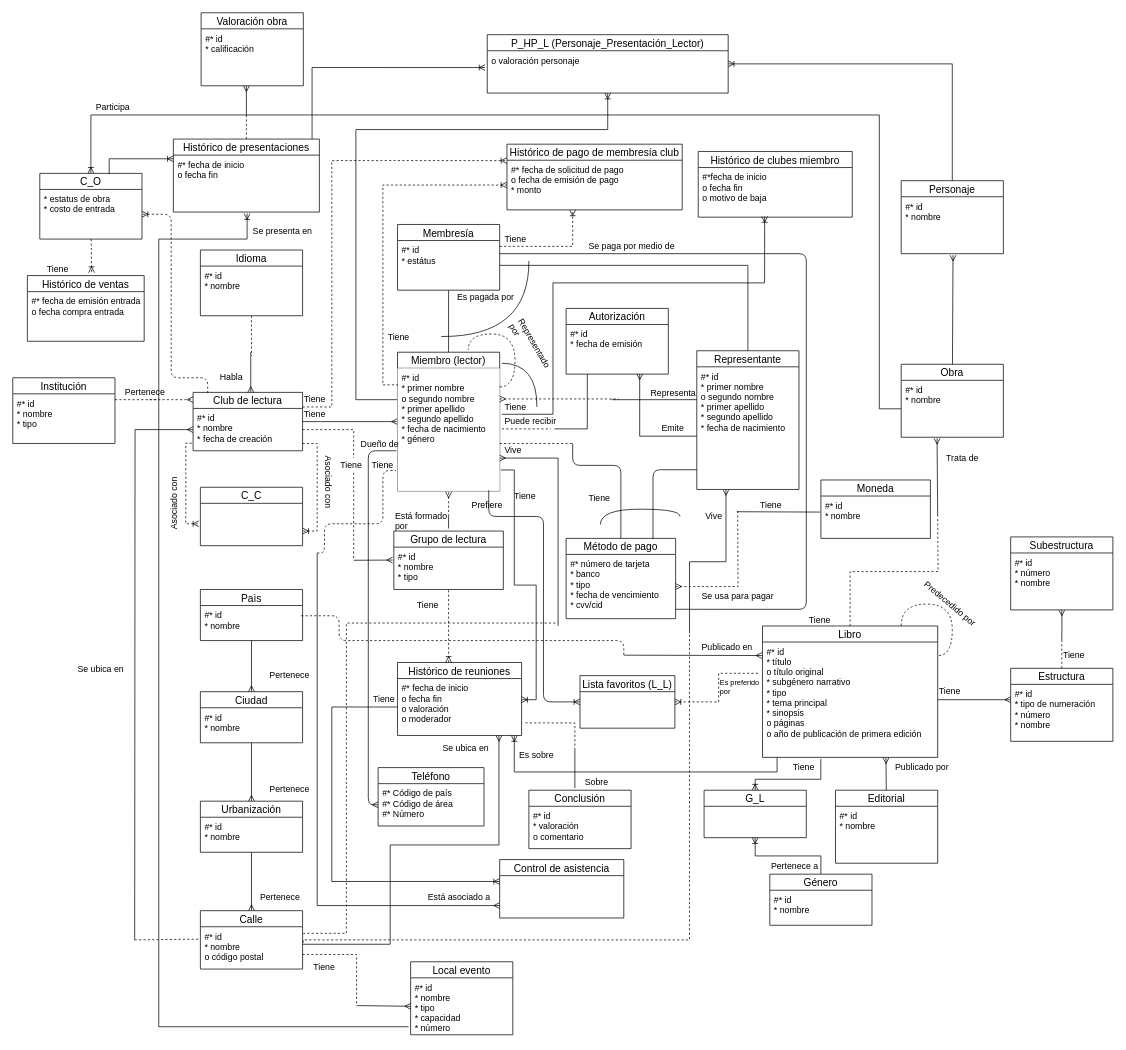
Before: DB I/Hopefully this will be the last ER.drawio in NeutronBlast/IS-Ex, a draw.io diagram. Source tidied: cells renumbered, new cells numbered last; positions are measured from the earlier drawing's top-left corner, leaving out a move shared by most shapes. Both pictures are drawn from the tidied source at 73%, with x=0, y=0 at pixel (12, 12).
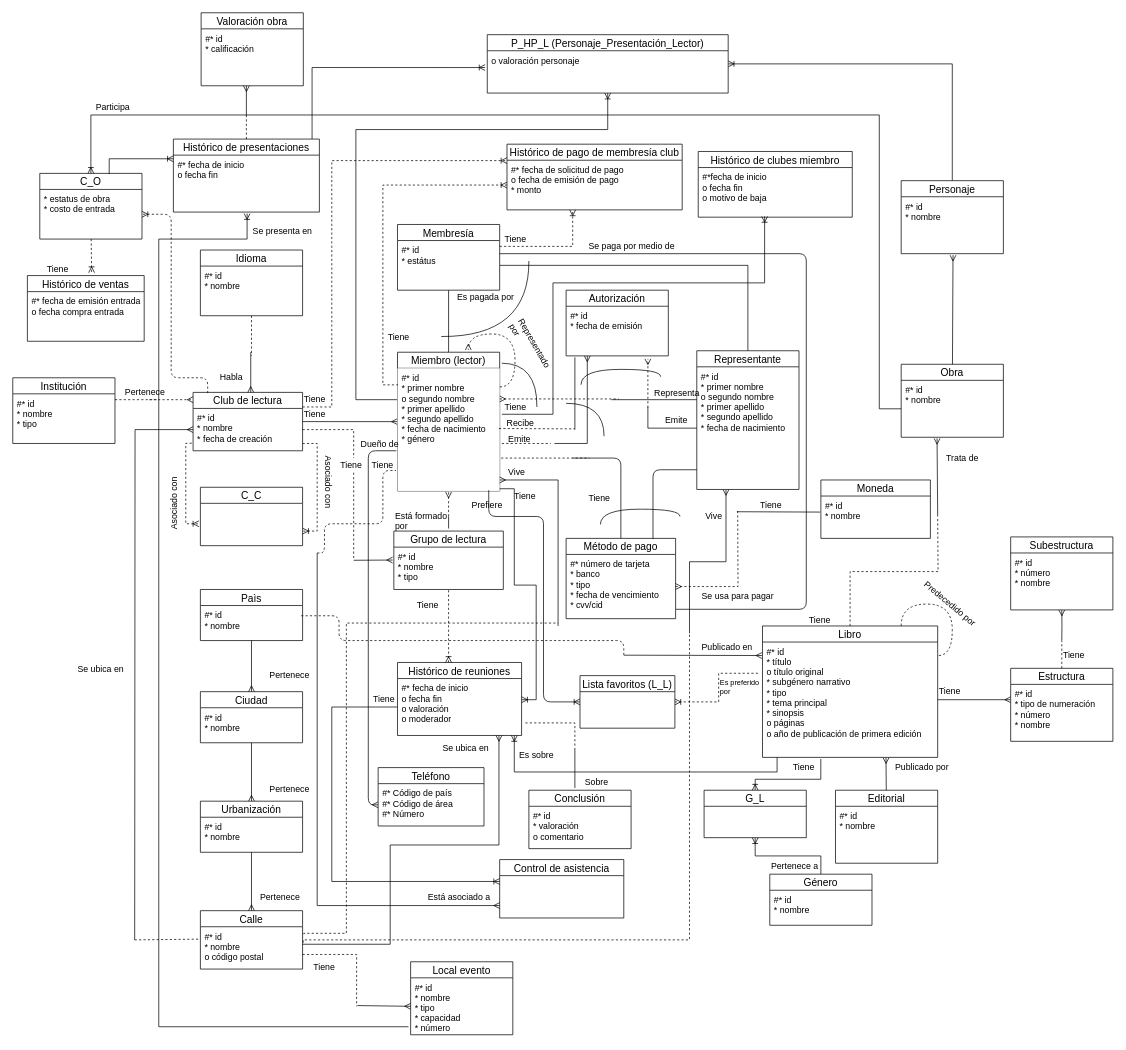
The same page after the edit.

The change refers to these unchanged cells:
```xml
<mxCell id="18" value="Miembro (lector)" style="swimlane;fontStyle=0;horizontal=1;startSize=22;fillColor=none;swimlaneFillColor=#ffffff;align=center;fontSize=14;" parent="1" vertex="1">
  <mxGeometry x="527" y="465" width="140" height="190" as="geometry" />
</mxCell>
<mxCell id="19" value="#* id&#10;* primer nombre&#10;o segundo nombre&#10;* primer apellido&#10;* segundo apellido&#10;* fecha de nacimiento&#10;* género&#10;" style="text;strokeColor=none;fillColor=#ffffff;spacingLeft=4;spacingRight=4;overflow=hidden;points=[[0,0.5],[1,0.5]];portConstraint=eastwest;fontSize=12;" parent="18" vertex="1">
  <mxGeometry y="22" width="140" height="168" as="geometry" />
</mxCell>
<mxCell id="40" value="#* id&#10;* primer nombre&#10;o segundo nombre&#10;* primer apellido&#10;* segundo apellido&#10;* fecha de nacimiento&#10;" style="text;strokeColor=none;fillColor=none;spacingLeft=4;spacingRight=4;overflow=hidden;points=[[0,0.5],[1,0.5]];portConstraint=eastwest;fontSize=12;" parent="39" vertex="1">
  <mxGeometry y="22" width="140" height="168" as="geometry" />
</mxCell>
<mxCell id="42" value="#* id&#10;* fecha de emisión&#10;" style="text;strokeColor=none;fillColor=none;spacingLeft=4;spacingRight=4;overflow=hidden;points=[[0,0.5],[1,0.5]];portConstraint=eastwest;fontSize=12;" parent="41" vertex="1">
  <mxGeometry y="22" width="140" height="68" as="geometry" />
</mxCell>
<mxCell id="75" value="Método de pago" style="swimlane;fontStyle=0;horizontal=1;startSize=22;fillColor=none;swimlaneFillColor=#ffffff;align=center;fontSize=14;" parent="1" vertex="1">
  <mxGeometry x="758" y="720" width="150" height="110" as="geometry" />
</mxCell>
<mxCell id="88" value="#* fecha de inicio&#10;o fecha fin&#10;o valoración&#10;o moderador&#10;" style="text;strokeColor=none;fillColor=none;spacingLeft=4;spacingRight=4;overflow=hidden;points=[[0,0.5],[1,0.5]];portConstraint=eastwest;fontSize=12;" parent="87" vertex="1">
  <mxGeometry y="22" width="170" height="78" as="geometry" />
</mxCell>
```

The edit, as a diff of the source:
```diff
@@
     <mxCell id="41" value="Autorización" style="swimlane;fontStyle=0;horizontal=1;startSize=22;fillColor=none;swimlaneFillColor=#ffffff;align=center;fontSize=14;" parent="1" vertex="1">
-      <mxGeometry x="758" y="405" width="140" height="90" as="geometry" />
+      <mxGeometry x="758" y="380" width="140" height="90" as="geometry" />
     </mxCell>
@@
     <mxCell id="43" style="edgeStyle=orthogonalEdgeStyle;rounded=0;jettySize=auto;html=1;startArrow=ERmany;startFill=0;endArrow=none;endFill=0;strokeColor=#000000;" parent="1" edge="1" source="19">
       <mxGeometry relative="1" as="geometry">
         <mxPoint x="747" y="840" as="targetPoint" />
         <Array as="points">
-          <mxPoint x="747" y="610" />
-          <mxPoint x="747" y="840" />
+          <mxPoint x="747" y="640" />
         </Array>
       </mxGeometry>
     </mxCell>
@@
     <mxCell id="56" value="Vive" style="text;html=1;align=left;verticalAlign=top;spacingTop=-4;" parent="1" vertex="1">
-      <mxGeometry x="672" y="590" width="40" height="20" as="geometry" />
+      <mxGeometry x="677" y="620" width="40" height="20" as="geometry" />
     </mxCell>
@@
     <mxCell id="62" style="endArrow=none;dashed=1;html=1;strokeColor=#000000;" parent="1" edge="1">
       <mxGeometry relative="1" as="geometry">
-        <mxPoint x="670" y="570" as="sourcePoint" />
-        <mxPoint x="737" y="570" as="targetPoint" />
+        <mxPoint x="670" y="590" as="sourcePoint" />
+        <mxPoint x="737" y="590" as="targetPoint" />
       </mxGeometry>
     </mxCell>
-    <mxCell id="63" style="edgeStyle=orthogonalEdgeStyle;rounded=0;jettySize=auto;html=1;startArrow=none;startFill=0;endArrow=ERmany;endFill=0;strokeColor=#000000;entryX=0.72;entryY=0.995;entryDx=0;entryDy=0;entryPerimeter=0;" parent="1" edge="1" source="40" target="42">
-      <mxGeometry relative="1" as="geometry">
-        <Array as="points">
-          <mxPoint x="859" y="580" />
-        </Array>
-      </mxGeometry>
-    </mxCell>
-    <mxCell id="64" value="Puede recibir" style="text;html=1;align=left;verticalAlign=top;spacingTop=-4;" parent="1" vertex="1">
-      <mxGeometry x="672" y="550" width="90" height="20" as="geometry" />
-    </mxCell>
-    <mxCell id="65" value="Emite" style="text;html=1;align=left;verticalAlign=top;spacingTop=-4;" parent="1" vertex="1">
-      <mxGeometry x="887" y="560" width="50" height="20" as="geometry" />
-    </mxCell>
@@
     <mxCell id="76" style="endArrow=none;html=1;strokeColor=#000000;edgeStyle=orthogonalEdgeStyle;" parent="75" edge="1" source="75">
       <mxGeometry relative="1" as="geometry">
-        <mxPoint x="9" y="-130" as="targetPoint" />
+        <mxPoint x="9" y="-110" as="targetPoint" />
         <Array as="points">
-          <mxPoint x="75" y="-100" />
-          <mxPoint x="9" y="-100" />
+          <mxPoint x="75" y="-110" />
         </Array>
       </mxGeometry>
     </mxCell>
@@
-    <mxCell id="79" style="endArrow=none;html=1;dashed=1;strokeColor=#000000;exitX=1;exitY=0.613;exitDx=0;exitDy=0;exitPerimeter=0;" parent="1" edge="1" source="19">
+    <mxCell id="79" style="endArrow=none;html=1;dashed=1;strokeColor=#000000;" parent="1" edge="1">
       <mxGeometry relative="1" as="geometry">
-        <mxPoint x="767" y="590" as="targetPoint" />
+        <mxPoint x="669" y="610" as="sourcePoint" />
+        <mxPoint x="790" y="610" as="targetPoint" />
       </mxGeometry>
     </mxCell>
@@
-    <mxCell id="90" style="edgeStyle=orthogonalEdgeStyle;rounded=0;jettySize=auto;html=1;startArrow=ERoneToMany;startFill=0;endArrow=none;endFill=0;strokeColor=#000000;entryX=1.012;entryY=0.829;entryDx=0;entryDy=0;entryPerimeter=0;" parent="1" edge="1" source="88" target="19">
+    <mxCell id="90" style="edgeStyle=orthogonalEdgeStyle;rounded=0;jettySize=auto;html=1;startArrow=ERoneToMany;startFill=0;endArrow=none;endFill=0;strokeColor=#000000;entryX=1;entryY=0.982;entryDx=0;entryDy=0;entryPerimeter=0;" parent="1" edge="1" source="88" target="19">
       <mxGeometry relative="1" as="geometry">
         <Array as="points">
           <mxPoint x="717" y="941" />
           <mxPoint x="717" y="784" />
           <mxPoint x="687" y="784" />
-          <mxPoint x="687" y="626" />
+          <mxPoint x="687" y="652" />
         </Array>
       </mxGeometry>
     </mxCell>
@@
-    <mxCell id="172" style="endArrow=none;html=1;edgeStyle=orthogonalEdgeStyle;rounded=0;" parent="1" edge="1" target="42">
+    <mxCell id="172" style="endArrow=ERmany;html=1;edgeStyle=orthogonalEdgeStyle;rounded=0;endFill=0;" parent="1" edge="1" target="42">
       <mxGeometry relative="1" as="geometry">
-        <mxPoint x="742" y="570" as="sourcePoint" />
+        <mxPoint x="742" y="590" as="sourcePoint" />
         <Array as="points">
-          <mxPoint x="742" y="570" />
-          <mxPoint x="787" y="570" />
+          <mxPoint x="742" y="590" />
+          <mxPoint x="787" y="590" />
         </Array>
       </mxGeometry>
     </mxCell>
@@
-    <mxCell id="193" style="endArrow=none;html=1;edgeStyle=orthogonalEdgeStyle;curved=1;entryX=0.693;entryY=-0.016;entryDx=0;entryDy=0;entryPerimeter=0;exitX=1;exitY=0.25;exitDx=0;exitDy=0;dashed=1;" parent="1" edge="1" source="18" target="18">
+    <mxCell id="193" style="endArrow=ERmany;html=1;edgeStyle=orthogonalEdgeStyle;curved=1;entryX=0.693;entryY=-0.016;entryDx=0;entryDy=0;entryPerimeter=0;exitX=1;exitY=0.25;exitDx=0;exitDy=0;dashed=1;endFill=0;" parent="1" edge="1" source="18" target="18">
       <mxGeometry relative="1" as="geometry">
         <Array as="points">
           <mxPoint x="688" y="513" />
           <mxPoint x="688" y="440" />
           <mxPoint x="624" y="440" />
         </Array>
       </mxGeometry>
     </mxCell>
@@
     <mxCell id="198" value="Representa" style="text;html=1;align=left;verticalAlign=top;spacingTop=-4;" parent="1" vertex="1">
-      <mxGeometry x="872" y="511.5" width="80" height="20" as="geometry" />
+      <mxGeometry x="877" y="511.5" width="80" height="20" as="geometry" />
     </mxCell>
+    <mxCell id="199" style="edgeStyle=orthogonalEdgeStyle;rounded=0;jettySize=auto;html=1;endArrow=none;endFill=0;" parent="1" edge="1" source="40">
+      <mxGeometry relative="1" as="geometry">
+        <mxPoint x="870" y="540" as="targetPoint" />
+        <Array as="points">
+          <mxPoint x="870" y="569" />
+          <mxPoint x="870" y="540" />
+        </Array>
+      </mxGeometry>
+    </mxCell>
+    <mxCell id="200" style="endArrow=ERmany;dashed=1;html=1;entryX=0.8;entryY=1.059;entryDx=0;entryDy=0;entryPerimeter=0;startArrow=none;startFill=0;endFill=0;" parent="1" edge="1" target="42">
+      <mxGeometry relative="1" as="geometry">
+        <mxPoint x="870" y="541" as="sourcePoint" />
+      </mxGeometry>
+    </mxCell>
+    <mxCell id="201" style="edgeStyle=orthogonalEdgeStyle;rounded=0;jettySize=auto;html=1;entryX=0.086;entryY=1.029;entryDx=0;entryDy=0;entryPerimeter=0;startArrow=none;startFill=0;endArrow=none;endFill=0;" parent="1" edge="1" target="42">
+      <mxGeometry relative="1" as="geometry">
+        <mxPoint x="770" y="571" as="sourcePoint" />
+        <Array as="points">
+          <mxPoint x="770" y="571" />
+        </Array>
+      </mxGeometry>
+    </mxCell>
+    <mxCell id="202" style="endArrow=none;html=1;edgeStyle=orthogonalEdgeStyle;curved=1;" parent="1" edge="1">
+      <mxGeometry relative="1" as="geometry">
+        <mxPoint x="810" y="580" as="sourcePoint" />
+        <mxPoint x="758" y="535" as="targetPoint" />
+        <Array as="points">
+          <mxPoint x="810" y="535" />
+        </Array>
+      </mxGeometry>
+    </mxCell>
+    <mxCell id="203" value="Emite" style="text;html=1;align=left;verticalAlign=top;spacingTop=-4;" parent="1" vertex="1">
+      <mxGeometry x="677" y="575" width="50" height="20" as="geometry" />
+    </mxCell>
+    <mxCell id="204" value="Recibe" style="text;html=1;align=left;verticalAlign=top;spacingTop=-4;" parent="1" vertex="1">
+      <mxGeometry x="675" y="551.5" width="50" height="20" as="geometry" />
+    </mxCell>
+    <mxCell id="205" style="endArrow=none;html=1;strokeColor=#000000;edgeStyle=orthogonalEdgeStyle;curved=1;" parent="1" edge="1">
+      <mxGeometry relative="1" as="geometry">
+        <mxPoint x="778.5" y="509.5" as="sourcePoint" />
+        <mxPoint x="887.5" y="498.5" as="targetPoint" />
+        <Array as="points">
+          <mxPoint x="778.5" y="488.5" />
+          <mxPoint x="887.5" y="488.5" />
+        </Array>
+      </mxGeometry>
+    </mxCell>
+    <mxCell id="206" value="Emite" style="text;html=1;align=left;verticalAlign=top;spacingTop=-4;" parent="1" vertex="1">
+      <mxGeometry x="892" y="548" width="50" height="20" as="geometry" />
+    </mxCell>
+    <mxCell id="207" style="endArrow=none;html=1;dashed=1;strokeColor=#000000;" parent="1" edge="1">
+      <mxGeometry relative="1" as="geometry">
+        <mxPoint x="666" y="569.5" as="sourcePoint" />
+        <mxPoint x="770" y="570" as="targetPoint" />
+      </mxGeometry>
+    </mxCell>
```
